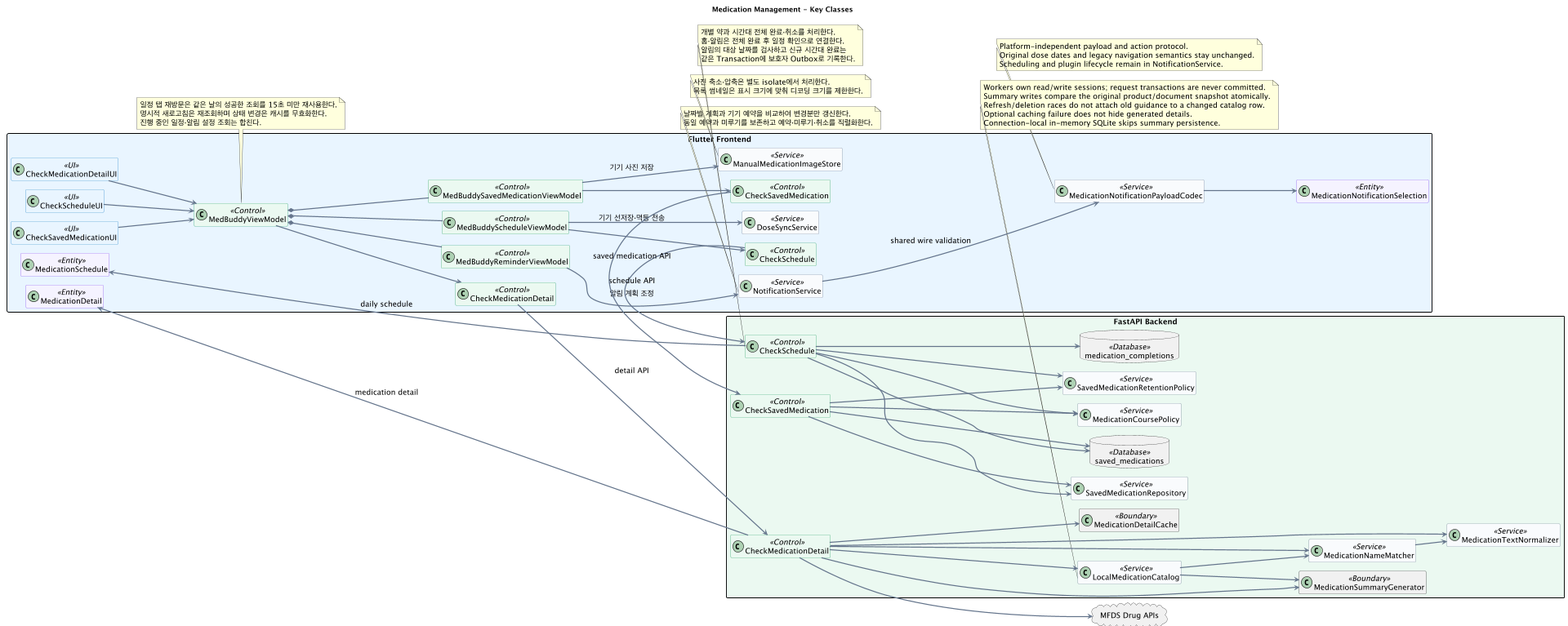
Earlier version of the PlantUML export docs/UML/class/03_MedicationManagement.png (1window2/MedBuddy).
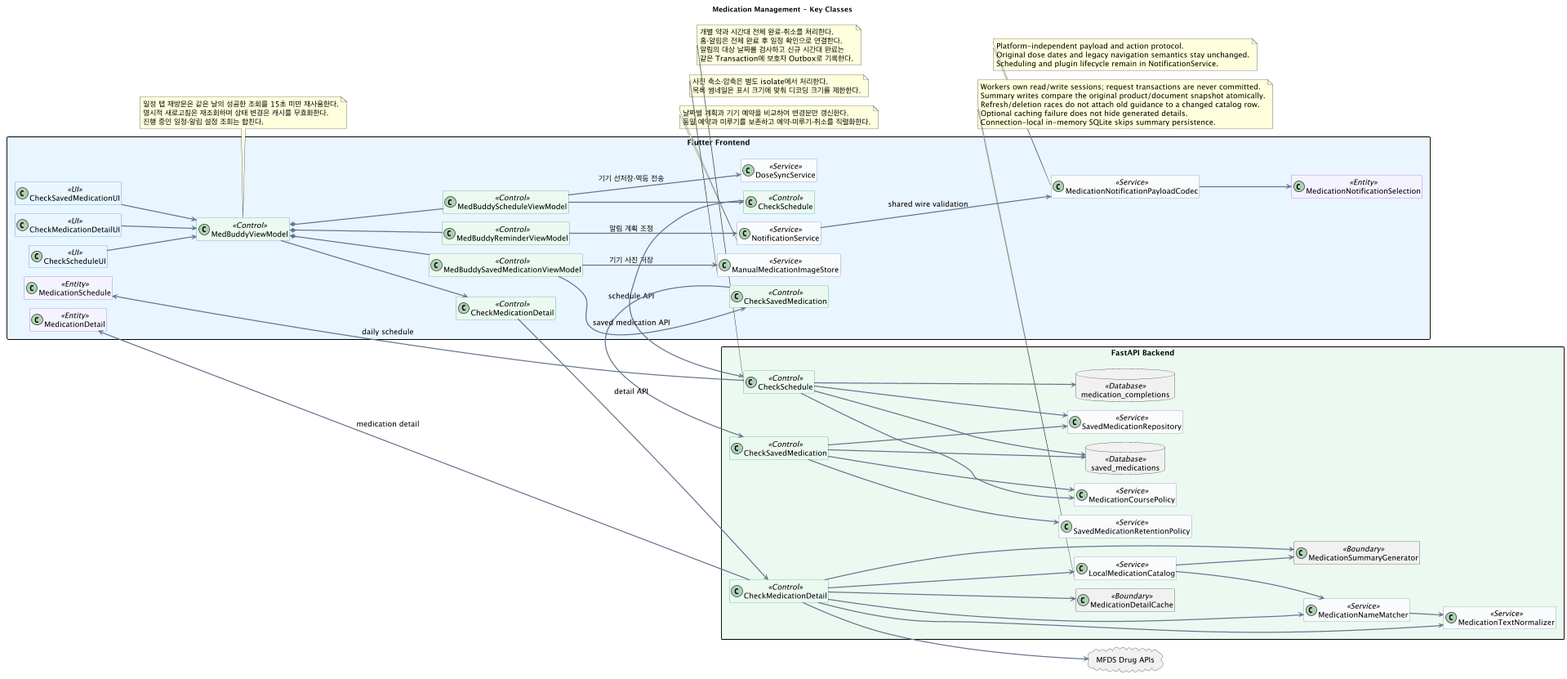
The same diagram one commit later.

Diff of the diagram source:
```diff
@@ -107,7 +107,6 @@
 FCheckMedicationDetail --> BCheckMedicationDetail : detail API
 
 BCheckSchedule --> MedicationCoursePolicy
-BCheckSchedule --> SavedMedicationRetentionPolicy
 BCheckSchedule --> SavedMedicationRepository
 BCheckSchedule --> DBSavedMedication
 BCheckSchedule --> DBMedicationCompletion
```
